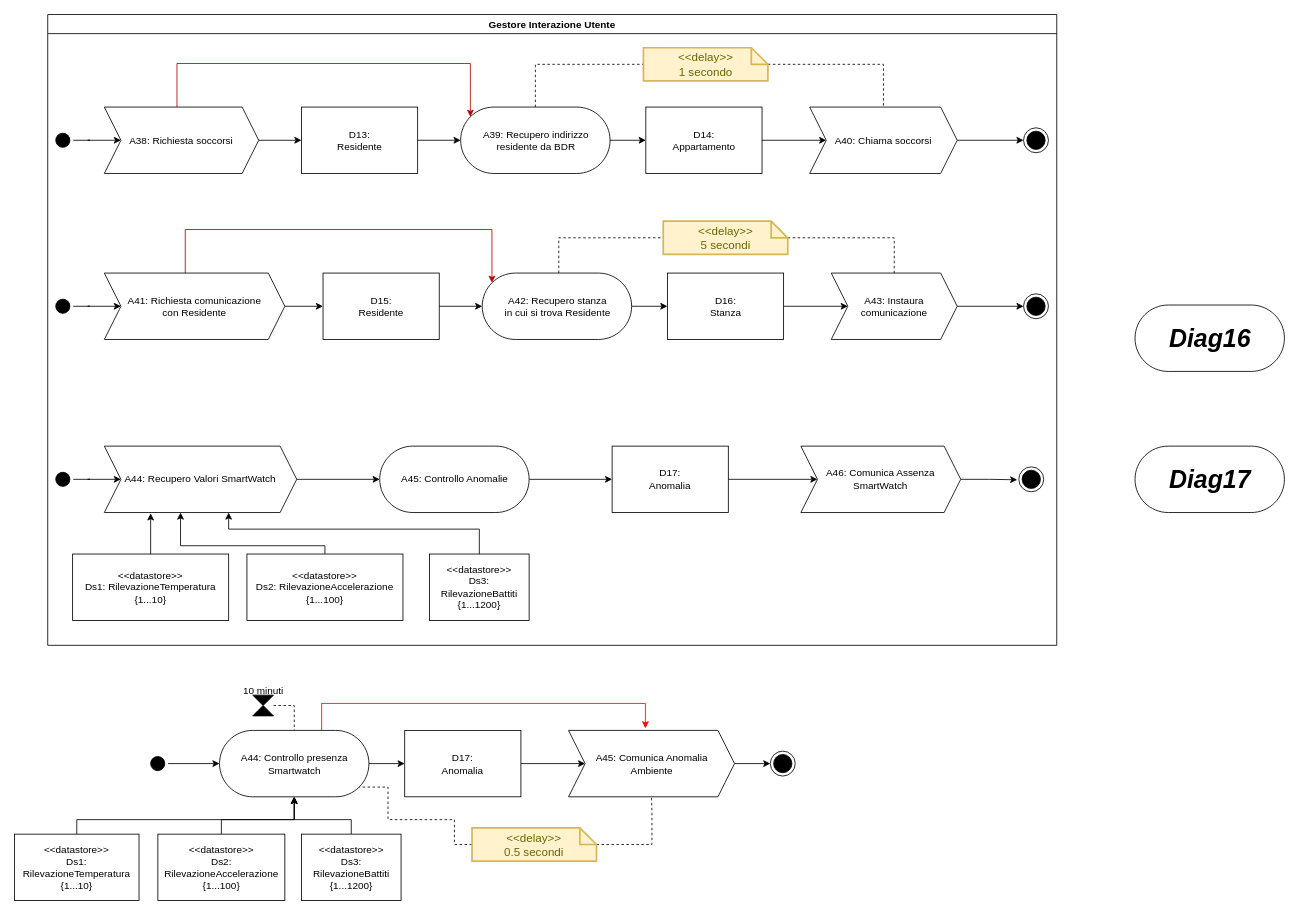
Above: page "GestoreUtente" (7 of 10) of Progetto/Diagrammi_Attivita/DiagrammiAttivita.drawio in Wonderjack996/unimib-software-architecture (draw.io), before the change. Source tidied: cells renumbered, new cells numbered last; positions are measured from the earlier drawing's top-left corner, leaving out a move shared by most shapes. Both pictures are drawn from the tidied source at 83%, with x=0, y=0 at pixel (14, 14).
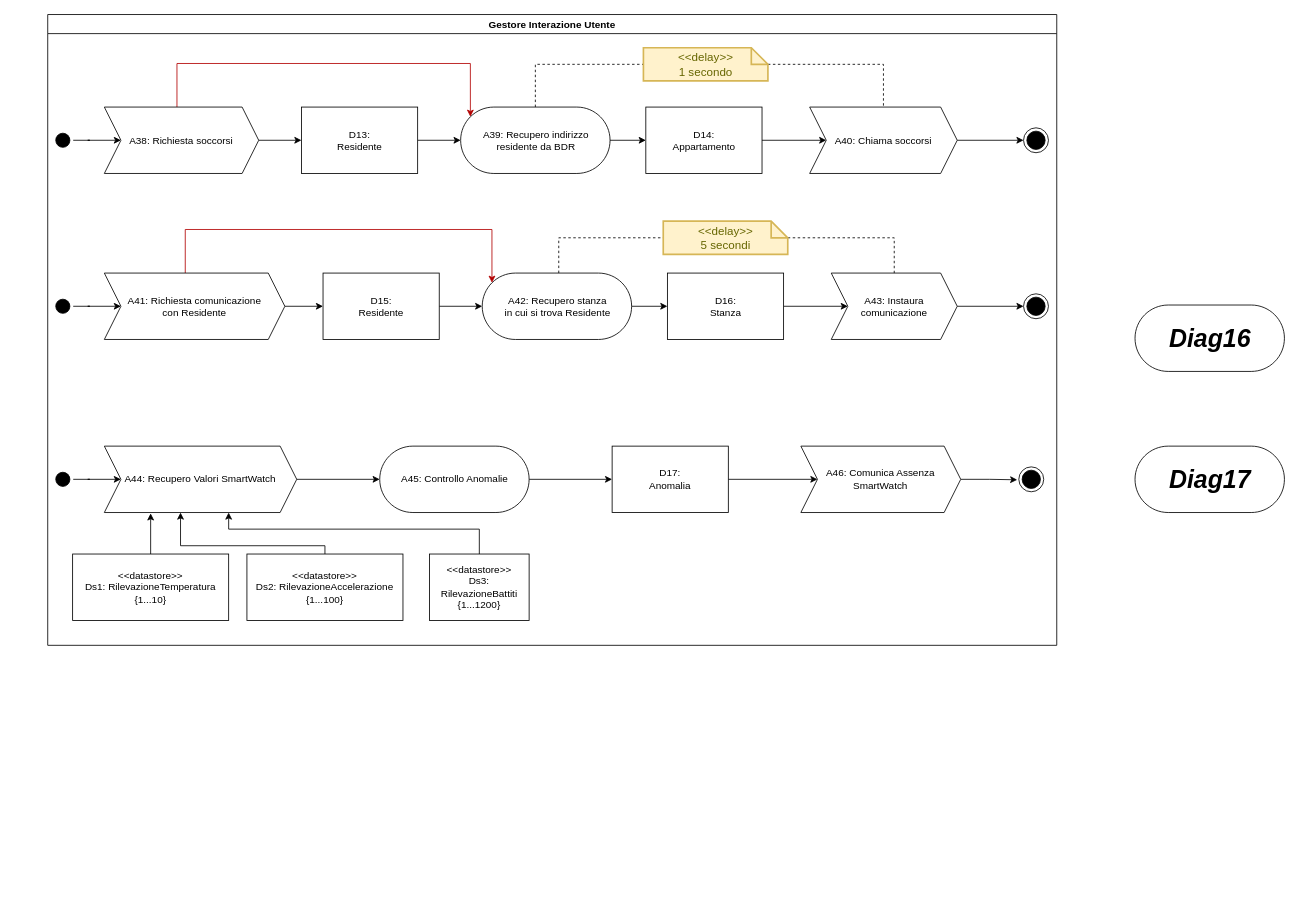
The same page after the edit.

The edit, as a diff of the source:
```diff
@@
-    <mxCell id="56" style="ellipse;html=1;shape=startState;fillColor=#000000;" parent="1" vertex="1">
-      <mxGeometry x="160" y="890" width="25" height="25" as="geometry" />
-    </mxCell>
-    <mxCell id="57" value="&lt;div&gt;A44: Controllo presenza&lt;/div&gt;&lt;div&gt;Smartwatch&lt;/div&gt;" style="html=1;dashed=0;whitespace=wrap;shape=mxgraph.dfd.start;" parent="1" vertex="1">
-      <mxGeometry x="247" y="862.5" width="180" height="80" as="geometry" />
-    </mxCell>
-    <mxCell id="58" style="edgeStyle=orthogonalEdgeStyle;rounded=0;jettySize=auto;html=1;entryX=0;entryY=0.5;entryDx=0;entryDy=0;entryPerimeter=0;strokeWidth=1;startArrow=none;startFill=0;endArrow=classic;endFill=1;" parent="1" edge="1" source="56" target="57">
-      <mxGeometry relative="1" as="geometry" />
-    </mxCell>
-    <mxCell id="59" value="A45: Comunica Anomalia&lt;br&gt;Ambiente" style="shape=step;perimeter=stepPerimeter;whiteSpace=wrap;html=1;fixedSize=1;gradientColor=none;" parent="1" vertex="1">
-      <mxGeometry x="667.5" y="862.5" width="200" height="80" as="geometry" />
-    </mxCell>
-    <mxCell id="60" style="edgeStyle=orthogonalEdgeStyle;rounded=0;jettySize=auto;html=1;entryX=0;entryY=0.5;entryDx=0;entryDy=0;strokeWidth=1;startArrow=none;startFill=0;endArrow=classic;endFill=1;" parent="1" edge="1" source="59" target="71">
-      <mxGeometry relative="1" as="geometry" />
-    </mxCell>
-    <mxCell id="61" style="edgeStyle=orthogonalEdgeStyle;rounded=0;jettySize=auto;html=1;entryX=0.5;entryY=0.5;entryDx=0;entryDy=-40;entryPerimeter=0;strokeWidth=1;startArrow=none;startFill=0;endArrow=none;endFill=0;dashed=1;" parent="1" edge="1" source="62" target="57">
-      <mxGeometry relative="1" as="geometry">
-        <Array as="points">
-          <mxPoint x="337" y="832" />
-        </Array>
-      </mxGeometry>
-    </mxCell>
-    <mxCell id="62" style="shape=collate;whiteSpace=wrap;html=1;fillColor=#000000;" parent="1" vertex="1">
-      <mxGeometry x="287" y="820" width="25" height="25" as="geometry" />
-    </mxCell>
-    <mxCell id="63" value="10 minuti" style="text;html=1;strokeColor=none;fillColor=none;align=center;verticalAlign=middle;whiteSpace=wrap;rounded=0;" parent="1" vertex="1">
-      <mxGeometry x="269.5" y="800" width="60" height="30" as="geometry" />
-    </mxCell>
-    <mxCell id="64" style="edgeStyle=orthogonalEdgeStyle;rounded=0;jettySize=auto;html=1;" parent="1" edge="1" source="65" target="59">
-      <mxGeometry relative="1" as="geometry" />
-    </mxCell>
-    <mxCell id="65" value="D17:&lt;br&gt;Anomalia" style="rounded=0;whiteSpace=wrap;html=1;" parent="1" vertex="1">
-      <mxGeometry x="470.1" y="862.5" width="140" height="80" as="geometry" />
-    </mxCell>
-    <mxCell id="66" style="edgeStyle=orthogonalEdgeStyle;rounded=0;jettySize=auto;html=1;entryX=0;entryY=0.5;entryDx=0;entryDy=0;strokeWidth=1;startArrow=none;startFill=0;endArrow=classic;endFill=1;" parent="1" edge="1" source="57" target="65">
-      <mxGeometry relative="1" as="geometry" />
-    </mxCell>
-    <mxCell id="67" style="edgeStyle=orthogonalEdgeStyle;rounded=0;jettySize=auto;html=1;entryX=0.463;entryY=-0.031;entryDx=0;entryDy=0;entryPerimeter=0;strokeColor=#FF0000;endArrow=classic;endFill=1;fillColor=#e51400;" parent="1" edge="1" source="57" target="59">
-      <mxGeometry relative="1" as="geometry">
-        <Array as="points">
-          <mxPoint x="370" y="830" />
-          <mxPoint x="760" y="830" />
-        </Array>
-      </mxGeometry>
-    </mxCell>
-    <mxCell id="68" style="edgeStyle=orthogonalEdgeStyle;rounded=0;jettySize=auto;html=1;entryX=0.5;entryY=1;entryDx=0;entryDy=0;dashed=1;startArrow=none;startFill=0;endArrow=none;endFill=0;" parent="1" edge="1" source="70" target="59">
-      <mxGeometry relative="1" as="geometry">
-        <Array as="points">
-          <mxPoint x="768" y="1000" />
-          <mxPoint x="768" y="963" />
-        </Array>
-      </mxGeometry>
-    </mxCell>
-    <mxCell id="69" style="edgeStyle=orthogonalEdgeStyle;rounded=0;jettySize=auto;html=1;entryX=0;entryY=0;entryDx=168.28;entryDy=68.28;entryPerimeter=0;dashed=1;startArrow=none;startFill=0;endArrow=none;endFill=0;" parent="1" edge="1" source="70" target="57">
-      <mxGeometry relative="1" as="geometry">
-        <Array as="points">
-          <mxPoint x="530" y="1000" />
-          <mxPoint x="530" y="970" />
-          <mxPoint x="450" y="970" />
-          <mxPoint x="450" y="931" />
-        </Array>
-      </mxGeometry>
-    </mxCell>
-    <mxCell id="70" value="&amp;lt;&amp;lt;delay&amp;gt;&amp;gt;&lt;br&gt;0.5 secondi" style="shape=note;strokeWidth=2;fontSize=14;size=20;whiteSpace=wrap;html=1;fillColor=#fff2cc;strokeColor=#d6b656;fontColor=#666600;" parent="1" vertex="1">
-      <mxGeometry x="551.2" y="980" width="150" height="40" as="geometry" />
-    </mxCell>
-    <mxCell id="71" style="ellipse;html=1;shape=endState;fillColor=#000000;strokeColor=#000000;" parent="1" vertex="1">
-      <mxGeometry x="910.6" y="887.5" width="30" height="30" as="geometry" />
-    </mxCell>
-    <mxCell id="72" style="edgeStyle=orthogonalEdgeStyle;rounded=0;jettySize=auto;html=1;entryX=0.5;entryY=0.5;entryDx=0;entryDy=40;entryPerimeter=0;" parent="1" edge="1" source="73" target="57">
-      <mxGeometry relative="1" as="geometry">
-        <Array as="points">
-          <mxPoint x="75" y="970" />
-          <mxPoint x="337" y="970" />
-        </Array>
-      </mxGeometry>
-    </mxCell>
-    <mxCell id="73" value="&lt;div&gt;&amp;lt;&amp;lt;datastore&amp;gt;&amp;gt;&lt;/div&gt;&lt;div&gt;Ds1:&lt;/div&gt;&lt;div&gt;RilevazioneTemperatura&lt;/div&gt;&lt;div&gt;&lt;span&gt;{1...10&lt;/span&gt;&lt;span&gt;}&lt;/span&gt;&lt;/div&gt;" style="rounded=0;whiteSpace=wrap;html=1;" parent="1" vertex="1">
-      <mxGeometry y="987.5" width="150" height="80" as="geometry" />
-    </mxCell>
-    <mxCell id="74" style="edgeStyle=orthogonalEdgeStyle;rounded=0;jettySize=auto;html=1;entryX=0.5;entryY=0.5;entryDx=0;entryDy=40;entryPerimeter=0;" parent="1" edge="1" source="75" target="57">
-      <mxGeometry relative="1" as="geometry">
-        <Array as="points">
-          <mxPoint x="249" y="970" />
-          <mxPoint x="337" y="970" />
-        </Array>
-      </mxGeometry>
-    </mxCell>
-    <mxCell id="75" value="&lt;div&gt;&amp;lt;&amp;lt;datastore&amp;gt;&amp;gt;&lt;/div&gt;&lt;div&gt;Ds2:&lt;/div&gt;&lt;div&gt;RilevazioneAccelerazione&lt;/div&gt;&lt;div&gt;{1...100}&lt;br&gt;&lt;/div&gt;" style="rounded=0;whiteSpace=wrap;html=1;" parent="1" vertex="1">
-      <mxGeometry x="172.7" y="987.5" width="153" height="80" as="geometry" />
-    </mxCell>
-    <mxCell id="76" style="edgeStyle=orthogonalEdgeStyle;rounded=0;jettySize=auto;html=1;entryX=0.5;entryY=0.5;entryDx=0;entryDy=40;entryPerimeter=0;" parent="1" edge="1" source="77" target="57">
-      <mxGeometry relative="1" as="geometry">
-        <Array as="points">
-          <mxPoint x="406" y="970" />
-          <mxPoint x="337" y="970" />
-        </Array>
-      </mxGeometry>
-    </mxCell>
-    <mxCell id="77" value="&lt;div&gt;&amp;lt;&amp;lt;datastore&amp;gt;&amp;gt;&lt;/div&gt;&lt;div&gt;Ds3:&lt;/div&gt;&lt;div&gt;RilevazioneBattiti&lt;/div&gt;&lt;div&gt;{1...1200}&lt;br&gt;&lt;/div&gt;" style="rounded=0;whiteSpace=wrap;html=1;" parent="1" vertex="1">
-      <mxGeometry x="345.7" y="987.5" width="120" height="80" as="geometry" />
-    </mxCell>
```
